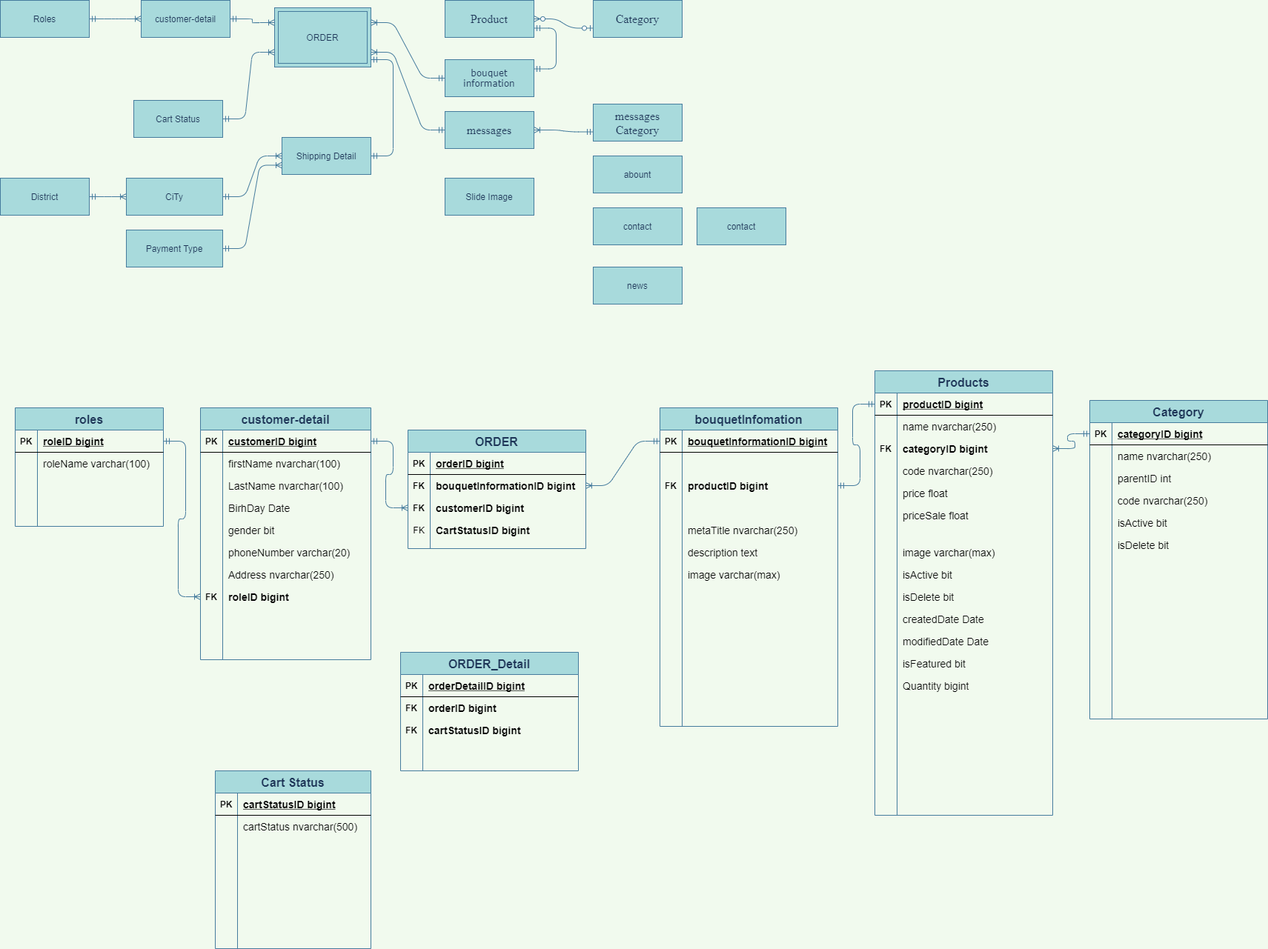
Above: Untitled Diagram.png in maialino123/Eproject-SEM3 (draw.io), before the change. Source tidied: cells renumbered, new cells last; positions are measured from the earlier drawing's top-left corner, leaving out a move shared by most shapes.
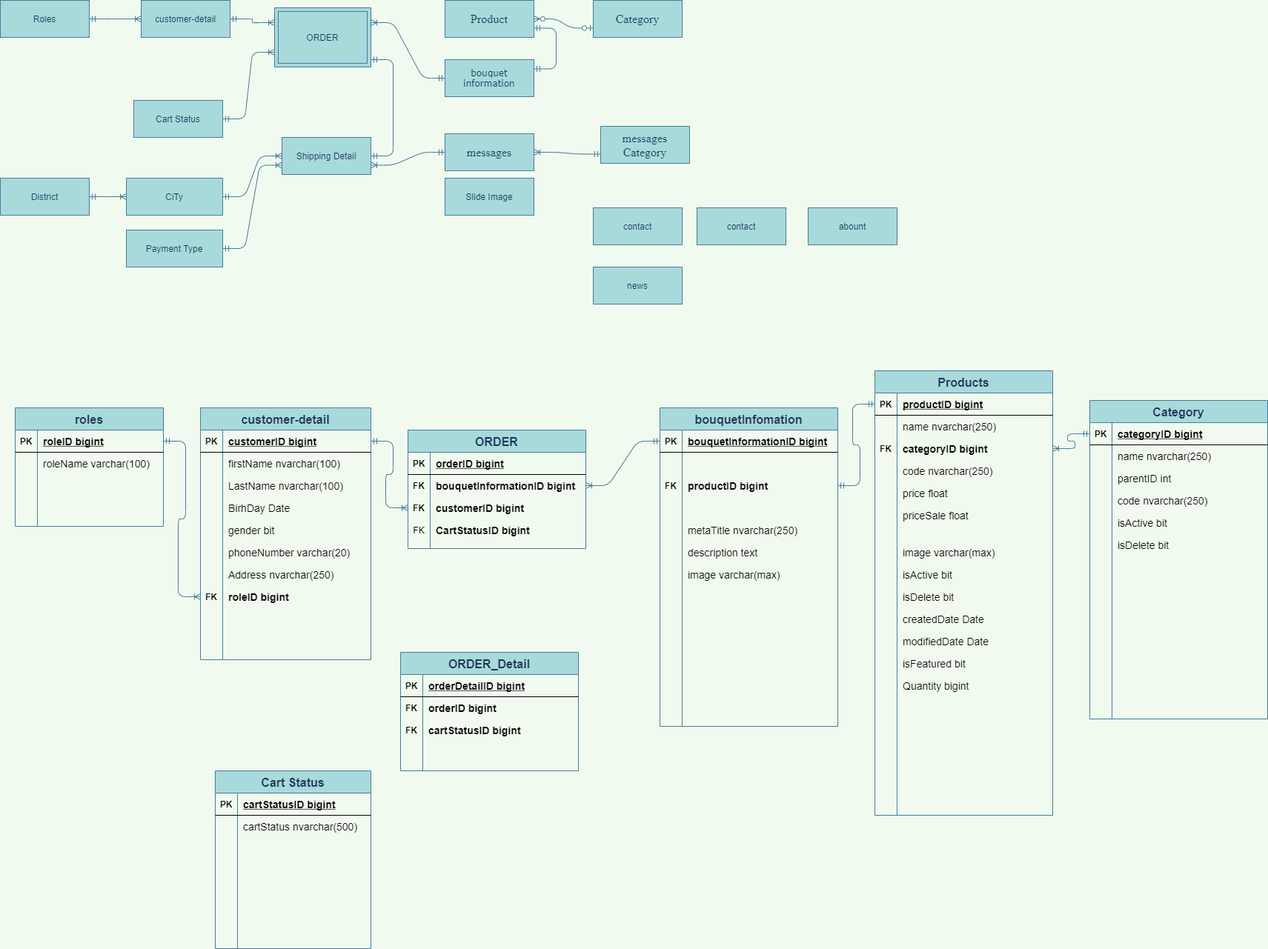
After the change.

Diff of the diagram source:
```diff
@@ -9,7 +9,7 @@
       <mxGeometry x="600" y="80" width="120" height="50" as="geometry" />
     </mxCell>
     <mxCell id="4" value="&lt;p class=&quot;MsoNormal&quot;&gt;&lt;span style=&quot;font-size: 12.0pt ; font-family: &amp;#34;times new roman&amp;#34; , serif&quot;&gt;messages&lt;/span&gt;&lt;span style=&quot;font-family: &amp;#34;verdana&amp;#34; , sans-serif&quot;&gt;&lt;br&gt;&lt;/span&gt;&lt;/p&gt;" style="whiteSpace=wrap;html=1;align=center;rounded=0;sketch=0;fontColor=#1D3557;strokeColor=#457B9D;fillColor=#A8DADC;" parent="1" vertex="1">
-      <mxGeometry x="600" y="150" width="120" height="50" as="geometry" />
+      <mxGeometry x="600" y="180" width="120" height="50" as="geometry" />
     </mxCell>
     <mxCell id="5" value="&lt;p class=&quot;MsoNormal&quot;&gt;&lt;font face=&quot;times new roman, serif&quot;&gt;&lt;span style=&quot;font-size: 16px&quot;&gt;Category&lt;/span&gt;&lt;/font&gt;&lt;/p&gt;" style="whiteSpace=wrap;html=1;align=center;rounded=0;sketch=0;fontColor=#1D3557;strokeColor=#457B9D;fillColor=#A8DADC;" parent="1" vertex="1">
       <mxGeometry x="800" width="120" height="50" as="geometry" />
@@ -24,7 +24,7 @@
       <mxGeometry relative="1" as="geometry" />
     </mxCell>
     <mxCell id="9" value="&lt;p class=&quot;MsoNormal&quot;&gt;&lt;span style=&quot;font-size: 12.0pt ; font-family: &amp;#34;times new roman&amp;#34; , serif&quot;&gt;messages Category&lt;/span&gt;&lt;span style=&quot;font-family: &amp;#34;verdana&amp;#34; , sans-serif&quot;&gt;&lt;br&gt;&lt;/span&gt;&lt;/p&gt;" style="whiteSpace=wrap;html=1;align=center;rounded=0;sketch=0;fontColor=#1D3557;strokeColor=#457B9D;fillColor=#A8DADC;" parent="1" vertex="1">
-      <mxGeometry x="800" y="140" width="120" height="50" as="geometry" />
+      <mxGeometry x="810" y="170" width="120" height="50" as="geometry" />
     </mxCell>
     <mxCell id="10" style="edgeStyle=entityRelationEdgeStyle;fontSize=12;html=1;endArrow=ERoneToMany;startArrow=ERmandOne;fontColor=#1D3557;strokeColor=#457B9D;fillColor=#A8DADC;entryX=1;entryY=0.5;entryDx=0;entryDy=0;exitX=0;exitY=0.75;exitDx=0;exitDy=0;labelBackgroundColor=#F1FAEE;" parent="1" edge="1" source="9" target="4">
       <mxGeometry relative="1" as="geometry" />
@@ -65,7 +65,7 @@
     <mxCell id="22" value="ORDER" style="shape=ext;margin=3;double=1;whiteSpace=wrap;html=1;align=center;fillColor=#A8DADC;strokeColor=#457B9D;fontColor=#1D3557;" parent="1" vertex="1">
       <mxGeometry x="370" y="10" width="130" height="80" as="geometry" />
     </mxCell>
-    <mxCell id="23" style="edgeStyle=entityRelationEdgeStyle;fontSize=12;html=1;endArrow=ERoneToMany;startArrow=ERmandOne;fontColor=#1D3557;strokeColor=#457B9D;fillColor=#A8DADC;entryX=1;entryY=0.75;entryDx=0;entryDy=0;exitX=0;exitY=0.5;exitDx=0;exitDy=0;labelBackgroundColor=#F1FAEE;" parent="1" edge="1" source="4" target="22">
+    <mxCell id="23" style="edgeStyle=entityRelationEdgeStyle;fontSize=12;html=1;endArrow=ERoneToMany;startArrow=ERmandOne;fontColor=#1D3557;strokeColor=#457B9D;fillColor=#A8DADC;entryX=1;entryY=0.75;entryDx=0;entryDy=0;exitX=0;exitY=0.5;exitDx=0;exitDy=0;labelBackgroundColor=#F1FAEE;" parent="1" edge="1" source="4" target="21">
       <mxGeometry relative="1" as="geometry" />
     </mxCell>
     <mxCell id="24" style="edgeStyle=entityRelationEdgeStyle;fontSize=12;html=1;endArrow=ERoneToMany;startArrow=ERmandOne;fontColor=#1D3557;strokeColor=#457B9D;fillColor=#A8DADC;entryX=0;entryY=0.5;entryDx=0;entryDy=0;exitX=1;exitY=0.5;exitDx=0;exitDy=0;labelBackgroundColor=#F1FAEE;" parent="1" edge="1" source="12" target="21">
@@ -83,7 +83,7 @@
       <mxGeometry relative="1" as="geometry" />
     </mxCell>
     <mxCell id="28" value="abount" style="whiteSpace=wrap;html=1;align=center;rounded=0;sketch=0;fontColor=#1D3557;strokeColor=#457B9D;fillColor=#A8DADC;" parent="1" vertex="1">
-      <mxGeometry x="800" y="210" width="120" height="50" as="geometry" />
+      <mxGeometry x="1090" y="280" width="120" height="50" as="geometry" />
     </mxCell>
     <mxCell id="29" value="contact" style="whiteSpace=wrap;html=1;align=center;rounded=0;sketch=0;fontColor=#1D3557;strokeColor=#457B9D;fillColor=#A8DADC;" parent="1" vertex="1">
       <mxGeometry x="800" y="280" width="120" height="50" as="geometry" />
```
